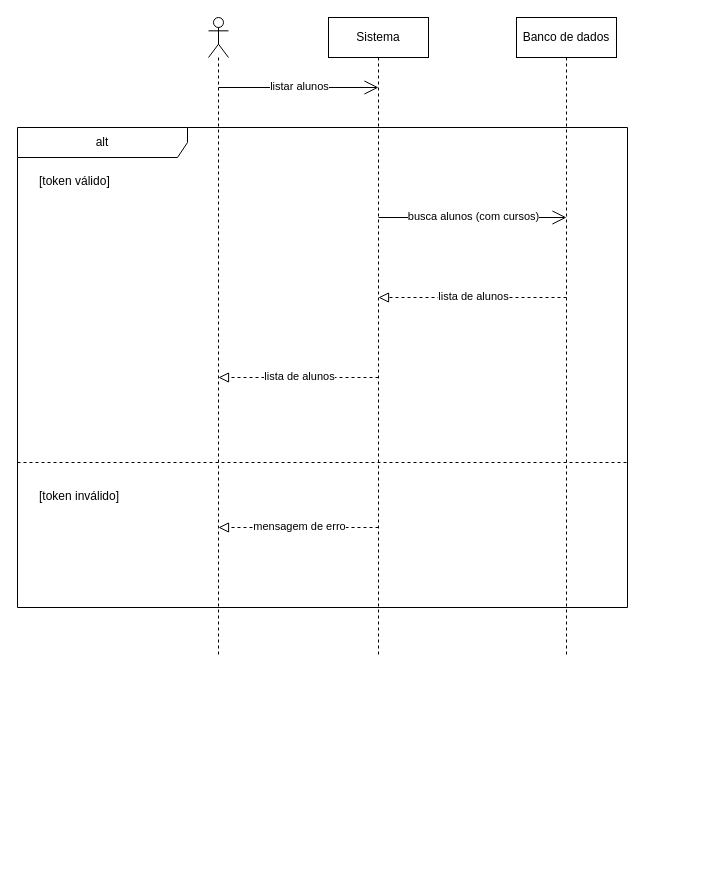
Before: page "Listar alunos" (5 of 7) of diagramas/sequencias.drawio in Marco-Veio/sistema-de-gestao-escolar-modelagem, a draw.io diagram. Source tidied: cells renumbered, new cells numbered last; positions are measured from the earlier drawing's top-left corner, leaving out a move shared by most shapes. Both pictures are drawn from the tidied source at 100%, with x=0, y=0 at pixel (17, 17).
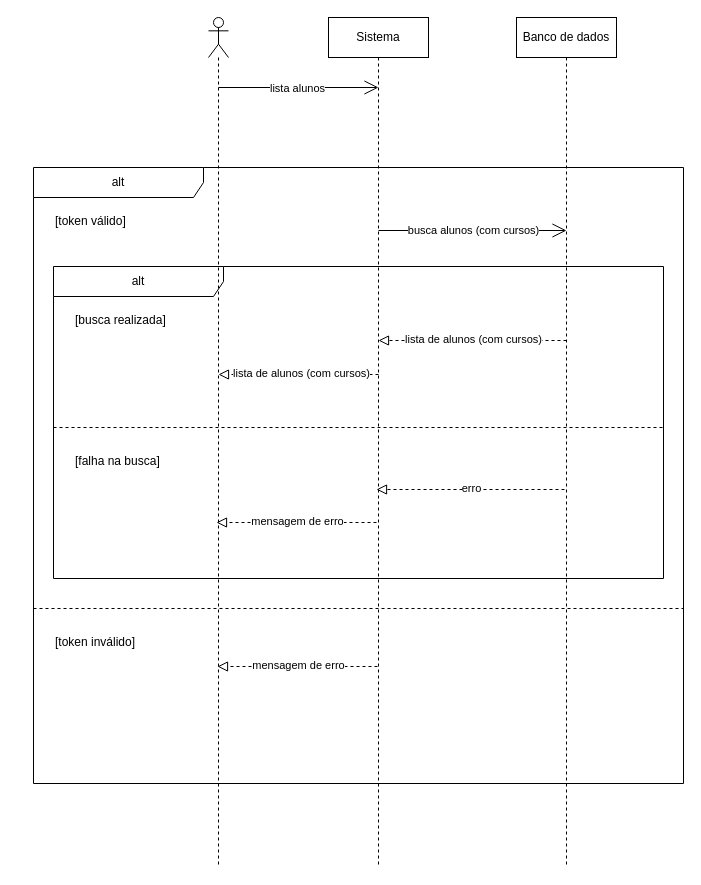
The same diagram, later.

Diff of the diagram source:
```diff
@@
-    <mxCell id="2" style="shape=umlLifeline;perimeter=lifelinePerimeter;whiteSpace=wrap;html=1;newEdgeStyle={&quot;curved&quot;:0,&quot;rounded&quot;:0};participant=umlActor;" parent="1" vertex="1">
-      <mxGeometry x="191" width="20" height="640" as="geometry" />
-    </mxCell>
+    <mxCell id="18" style="endArrow=open;endFill=1;endSize=12;html=1;" parent="1" edge="1">
+      <mxGeometry relative="1" as="geometry">
+        <mxPoint x="201" y="70" as="sourcePoint" />
+        <mxPoint x="361" y="70" as="targetPoint" />
+      </mxGeometry>
+    </mxCell>
+    <mxCell id="19" value="lista alunos" style="edgeLabel;html=1;align=center;verticalAlign=middle;" parent="18" vertex="1">
+      <mxGeometry relative="1" as="geometry">
+        <mxPoint x="-2" as="offset" />
+      </mxGeometry>
+    </mxCell>
+    <mxCell id="20" value="alt" style="shape=umlFrame;whiteSpace=wrap;html=1;width=170;" parent="1" vertex="1">
+      <mxGeometry x="16" y="150" width="650" height="616" as="geometry" />
+    </mxCell>
+    <mxCell id="21" style="endArrow=open;endFill=1;endSize=12;html=1;" parent="20" edge="1">
+      <mxGeometry relative="1" as="geometry">
+        <mxPoint x="345" y="63" as="sourcePoint" />
+        <mxPoint x="533" y="63" as="targetPoint" />
+      </mxGeometry>
+    </mxCell>
+    <mxCell id="10" value="busca alunos (com cursos)" style="edgeLabel;html=1;align=center;verticalAlign=middle;" parent="21" vertex="1">
+      <mxGeometry relative="1" as="geometry">
+        <mxPoint y="-1" as="offset" />
+      </mxGeometry>
+    </mxCell>
+    <mxCell id="22" value="alt" style="shape=umlFrame;whiteSpace=wrap;html=1;width=170;" parent="20" vertex="1">
+      <mxGeometry x="20" y="99" width="610" height="312" as="geometry" />
+    </mxCell>
+    <mxCell id="23" value="[falha na busca]" style="line;strokeWidth=1;dashed=1;labelPosition=center;verticalLabelPosition=bottom;align=left;verticalAlign=top;spacingLeft=20;spacingTop=15;html=1;whiteSpace=wrap;" parent="22" vertex="1">
+      <mxGeometry y="156" width="610" height="10" as="geometry" />
+    </mxCell>
+    <mxCell id="24" style="endArrow=block;startArrow=none;endFill=0;startFill=0;endSize=8;html=1;verticalAlign=bottom;dashed=1;labelBackgroundColor=none;" parent="22" edge="1">
+      <mxGeometry relative="1" as="geometry">
+        <mxPoint x="511" y="223" as="sourcePoint" />
+        <mxPoint x="323" y="223" as="targetPoint" />
+      </mxGeometry>
+    </mxCell>
+    <mxCell id="25" value="erro" style="edgeLabel;html=1;align=center;verticalAlign=middle;" parent="24" vertex="1">
+      <mxGeometry relative="1" as="geometry">
+        <mxPoint y="-2" as="offset" />
+      </mxGeometry>
+    </mxCell>
+    <mxCell id="26" style="endArrow=block;startArrow=none;endFill=0;startFill=0;endSize=8;html=1;verticalAlign=bottom;dashed=1;labelBackgroundColor=none;" parent="22" edge="1">
+      <mxGeometry relative="1" as="geometry">
+        <mxPoint x="323" y="256" as="sourcePoint" />
+        <mxPoint x="163" y="256" as="targetPoint" />
+      </mxGeometry>
+    </mxCell>
+    <mxCell id="27" value="mensagem de erro" style="edgeLabel;html=1;align=center;verticalAlign=middle;" parent="26" vertex="1">
+      <mxGeometry relative="1" as="geometry">
+        <mxPoint y="-2" as="offset" />
+      </mxGeometry>
+    </mxCell>
+    <mxCell id="28" value="[busca realizada]" style="text;html=1;" parent="22" vertex="1">
+      <mxGeometry width="240" height="20" relative="1" as="geometry">
+        <mxPoint x="20" y="40" as="offset" />
+      </mxGeometry>
+    </mxCell>
+    <mxCell id="15" value="[token inválido]" style="line;strokeWidth=1;dashed=1;labelPosition=center;verticalLabelPosition=bottom;align=left;verticalAlign=top;spacingLeft=20;spacingTop=15;html=1;whiteSpace=wrap;" parent="20" vertex="1">
+      <mxGeometry y="436" width="650" height="10" as="geometry" />
+    </mxCell>
+    <mxCell id="29" style="endArrow=block;startArrow=none;endFill=0;startFill=0;endSize=8;html=1;verticalAlign=bottom;dashed=1;labelBackgroundColor=none;" parent="20" edge="1">
+      <mxGeometry relative="1" as="geometry">
+        <mxPoint x="344" y="499" as="sourcePoint" />
+        <mxPoint x="184" y="499" as="targetPoint" />
+      </mxGeometry>
+    </mxCell>
+    <mxCell id="30" value="mensagem de erro" style="edgeLabel;html=1;align=center;verticalAlign=middle;" parent="29" vertex="1">
+      <mxGeometry relative="1" as="geometry">
+        <mxPoint y="-2" as="offset" />
+      </mxGeometry>
+    </mxCell>
+    <mxCell id="8" value="[token válido]" style="text;html=1;" parent="20" vertex="1">
+      <mxGeometry width="240" height="20" relative="1" as="geometry">
+        <mxPoint x="20" y="40" as="offset" />
+      </mxGeometry>
+    </mxCell>
+    <mxCell id="31" style="shape=umlLifeline;perimeter=lifelinePerimeter;whiteSpace=wrap;html=1;newEdgeStyle={&quot;curved&quot;:0,&quot;rounded&quot;:0};participant=umlActor;" parent="1" vertex="1">
+      <mxGeometry x="191" width="20" height="850" as="geometry" />
+    </mxCell>
     <mxCell id="3" value="Sistema" style="shape=umlLifeline;perimeter=lifelinePerimeter;whiteSpace=wrap;html=1;newEdgeStyle={&quot;curved&quot;:0,&quot;rounded&quot;:0};" parent="1" vertex="1">
-      <mxGeometry x="311" width="100" height="640" as="geometry" />
+      <mxGeometry x="311" width="100" height="850" as="geometry" />
     </mxCell>
     <mxCell id="4" value="Banco de dados" style="shape=umlLifeline;perimeter=lifelinePerimeter;whiteSpace=wrap;html=1;newEdgeStyle={&quot;curved&quot;:0,&quot;rounded&quot;:0};" parent="1" vertex="1">
-      <mxGeometry x="499" width="100" height="640" as="geometry" />
+      <mxGeometry x="499" width="100" height="850" as="geometry" />
     </mxCell>
-    <mxCell id="5" style="endArrow=open;endFill=1;endSize=12;html=1;" parent="1" edge="1">
-      <mxGeometry relative="1" as="geometry">
-        <mxPoint x="201" y="70" as="sourcePoint" />
-        <mxPoint x="361" y="70" as="targetPoint" />
-      </mxGeometry>
-    </mxCell>
-    <mxCell id="6" value="listar alunos" style="edgeLabel;html=1;align=center;verticalAlign=middle;" parent="5" vertex="1">
-      <mxGeometry relative="1" as="geometry">
-        <mxPoint y="-2" as="offset" />
-      </mxGeometry>
-    </mxCell>
-    <mxCell id="7" value="alt" style="shape=umlFrame;whiteSpace=wrap;html=1;width=170;" parent="1" vertex="1">
-      <mxGeometry y="110" width="610" height="480" as="geometry" />
-    </mxCell>
-    <mxCell id="8" value="[token válido]" style="text;html=1;" parent="7" vertex="1">
-      <mxGeometry width="160" height="20" relative="1" as="geometry">
-        <mxPoint x="20" y="40" as="offset" />
-      </mxGeometry>
-    </mxCell>
-    <mxCell id="9" style="endArrow=open;endFill=1;endSize=12;html=1;" parent="7" edge="1">
-      <mxGeometry relative="1" as="geometry">
-        <mxPoint x="361" y="90" as="sourcePoint" />
-        <mxPoint x="549" y="90" as="targetPoint" />
-      </mxGeometry>
-    </mxCell>
-    <mxCell id="10" value="busca alunos (com cursos)" style="edgeLabel;html=1;align=center;verticalAlign=middle;" parent="9" vertex="1">
-      <mxGeometry relative="1" as="geometry">
-        <mxPoint y="-2" as="offset" />
-      </mxGeometry>
-    </mxCell>
-    <mxCell id="11" style="endArrow=block;startArrow=none;endFill=0;startFill=0;endSize=8;html=1;verticalAlign=bottom;dashed=1;labelBackgroundColor=none;" parent="7" edge="1">
-      <mxGeometry relative="1" as="geometry">
-        <mxPoint x="549" y="170" as="sourcePoint" />
-        <mxPoint x="361" y="170" as="targetPoint" />
-      </mxGeometry>
-    </mxCell>
-    <mxCell id="12" value="lista de alunos" style="edgeLabel;html=1;align=center;verticalAlign=middle;" parent="11" vertex="1">
-      <mxGeometry relative="1" as="geometry">
-        <mxPoint y="-2" as="offset" />
-      </mxGeometry>
-    </mxCell>
-    <mxCell id="13" style="endArrow=block;startArrow=none;endFill=0;startFill=0;endSize=8;html=1;verticalAlign=bottom;dashed=1;labelBackgroundColor=none;" parent="7" edge="1">
-      <mxGeometry relative="1" as="geometry">
-        <mxPoint x="361" y="250" as="sourcePoint" />
-        <mxPoint x="201" y="250" as="targetPoint" />
-      </mxGeometry>
-    </mxCell>
-    <mxCell id="14" value="lista de alunos" style="edgeLabel;html=1;align=center;verticalAlign=middle;" parent="13" vertex="1">
-      <mxGeometry relative="1" as="geometry">
-        <mxPoint y="-2" as="offset" />
-      </mxGeometry>
-    </mxCell>
-    <mxCell id="15" value="[token inválido]" style="line;strokeWidth=1;dashed=1;labelPosition=center;verticalLabelPosition=bottom;align=left;verticalAlign=top;spacingLeft=20;spacingTop=15;html=1;whiteSpace=wrap;" parent="7" vertex="1">
-      <mxGeometry y="330" width="610" height="10" as="geometry" />
-    </mxCell>
-    <mxCell id="16" style="endArrow=block;startArrow=none;endFill=0;startFill=0;endSize=8;html=1;verticalAlign=bottom;dashed=1;labelBackgroundColor=none;" parent="7" edge="1">
-      <mxGeometry relative="1" as="geometry">
-        <mxPoint x="361" y="400" as="sourcePoint" />
-        <mxPoint x="201" y="400" as="targetPoint" />
-      </mxGeometry>
-    </mxCell>
-    <mxCell id="17" value="mensagem de erro" style="edgeLabel;html=1;align=center;verticalAlign=middle;" parent="16" vertex="1">
-      <mxGeometry relative="1" as="geometry">
-        <mxPoint y="-2" as="offset" />
-      </mxGeometry>
-    </mxCell>
+    <mxCell id="32" style="endArrow=block;startArrow=none;endFill=0;startFill=0;endSize=8;html=1;verticalAlign=bottom;dashed=1;labelBackgroundColor=none;" parent="1" edge="1">
+      <mxGeometry relative="1" as="geometry">
+        <mxPoint x="549" y="323" as="sourcePoint" />
+        <mxPoint x="361" y="323" as="targetPoint" />
+      </mxGeometry>
+    </mxCell>
+    <mxCell id="33" value="lista de alunos (com cursos)" style="edgeLabel;html=1;align=center;verticalAlign=middle;" parent="32" vertex="1">
+      <mxGeometry relative="1" as="geometry">
+        <mxPoint y="-2" as="offset" />
+      </mxGeometry>
+    </mxCell>
+    <mxCell id="34" style="endArrow=block;startArrow=none;endFill=0;startFill=0;endSize=8;html=1;verticalAlign=bottom;dashed=1;labelBackgroundColor=none;" parent="1" edge="1">
+      <mxGeometry relative="1" as="geometry">
+        <mxPoint x="361" y="357" as="sourcePoint" />
+        <mxPoint x="201" y="357" as="targetPoint" />
+      </mxGeometry>
+    </mxCell>
+    <mxCell id="35" value="lista de alunos (com cursos)" style="edgeLabel;html=1;align=center;verticalAlign=middle;" parent="34" vertex="1">
+      <mxGeometry relative="1" as="geometry">
+        <mxPoint x="2" y="-2" as="offset" />
+      </mxGeometry>
+    </mxCell>
```
